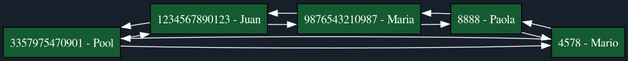
Earlier version of the Graphviz export Rapidito/Lista_Dob.png (Marco131-xel/Edd_Proyecto2). Its source is kept beside it as Rapidito/Lista_Dob.dot.
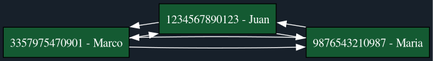
Above is the later version.

What changed in the source:
```diff
@@ -3,19 +3,13 @@
 node [shape=record, style=filled, fillcolor="#145a32", fontcolor=white];
 edge [color=white];
 rankdir=LR;
-nodo0 [label="3357975470901 - Pool"];
+nodo0 [label="3357975470901 -  Marco"];
 nodo1 [label="1234567890123 -  Juan"];
 nodo2 [label="9876543210987 -  Maria"];
-nodo3 [label="8888 - Paola"];
-nodo4 [label="4578 - Mario"];
 nodo0 -> nodo1;
 nodo1 -> nodo0;
 nodo1 -> nodo2;
 nodo2 -> nodo1;
-nodo2 -> nodo3;
-nodo3 -> nodo2;
-nodo3 -> nodo4;
-nodo4 -> nodo3;
-nodo4 -> nodo0;
-nodo0 -> nodo4;
+nodo2 -> nodo0;
+nodo0 -> nodo2;
 }
```
